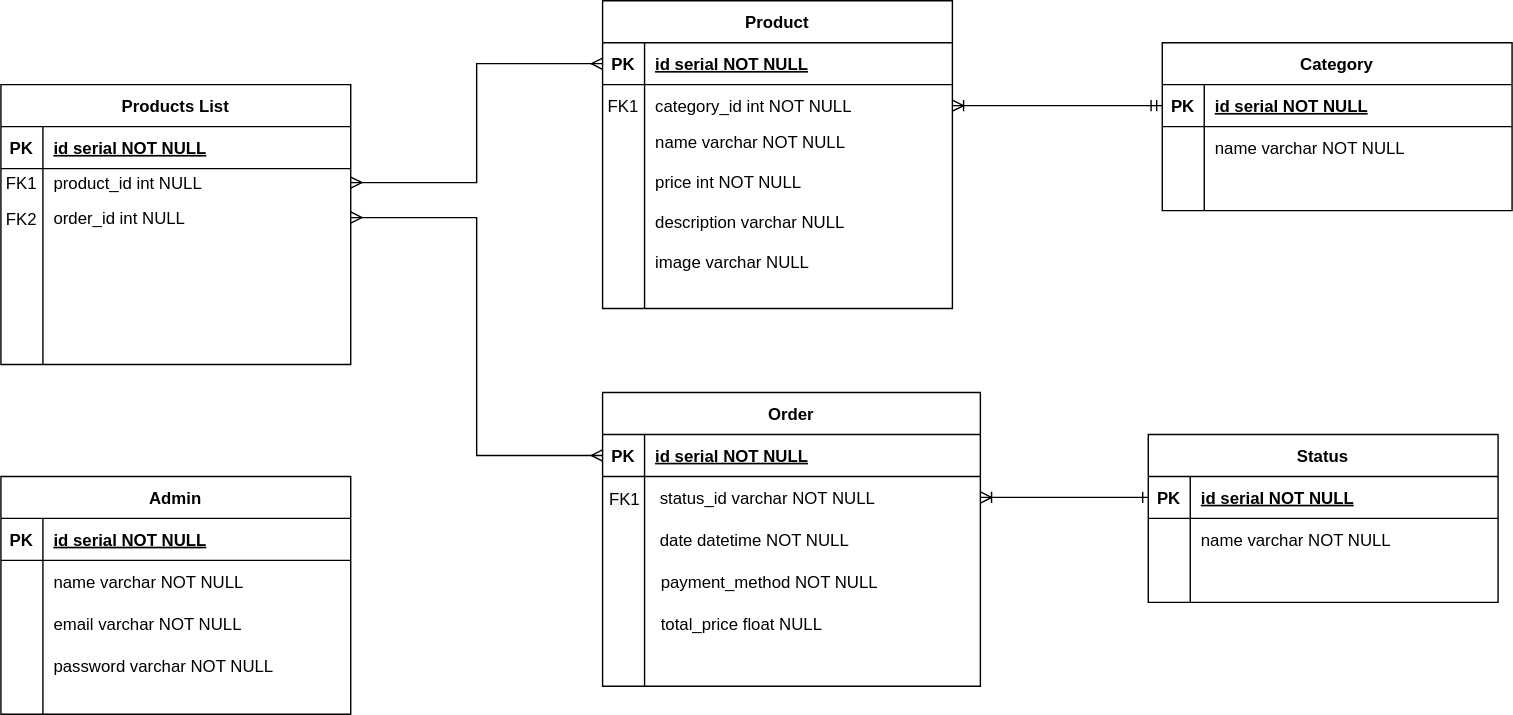
Earlier version of the draw.io export kitchin.svg (brunocamposal/kitchin-kanri). Source tidied: cells renumbered, new cells last; positions are measured from the earlier drawing's top-left corner, leaving out a move shared by most shapes.
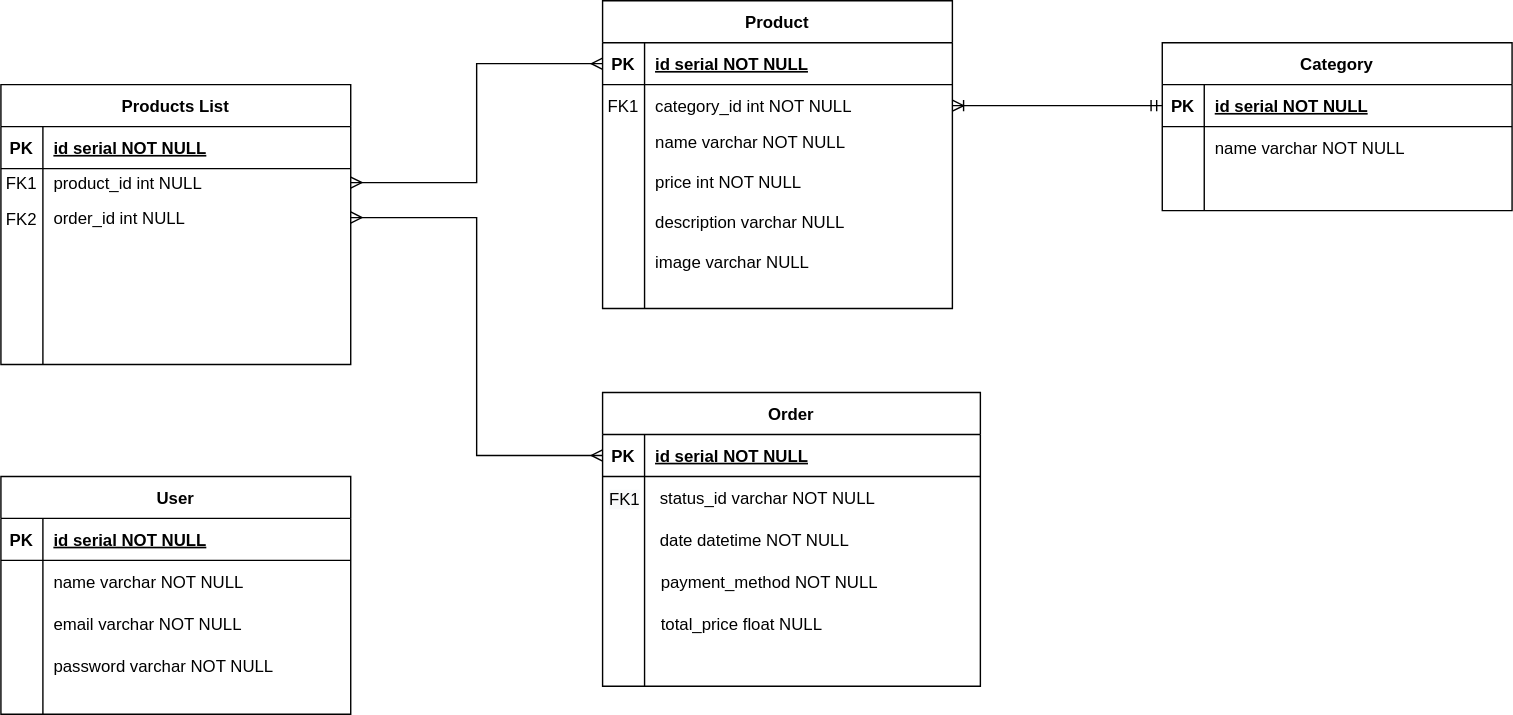
Above is the later version.

Diff of the diagram source:
```diff
@@ -134,42 +134,6 @@
     <mxCell id="45" value="name varchar NOT NULL" style="shape=partialRectangle;overflow=hidden;fillColor=none;top=0;left=0;bottom=0;right=0;align=left;spacingLeft=6;" parent="34" vertex="1">
       <mxGeometry x="30" y="60" width="220" height="30" as="geometry" />
     </mxCell>
-    <mxCell id="46" style="group;" parent="34" vertex="1">
-      <mxGeometry x="-10" y="280" width="250" height="120" as="geometry" />
-    </mxCell>
-    <mxCell id="47" value="Status" style="shape=table;startSize=30;rowLines=0;fontStyle=1;align=center;" parent="46" vertex="1">
-      <mxGeometry width="250" height="120" as="geometry" />
-    </mxCell>
-    <mxCell id="48" style="shape=partialRectangle;fillColor=none;points=[[0,0.5],[1,0.5]];portConstraint=eastwest;top=0;left=0;right=0;bottom=1;" parent="47" vertex="1">
-      <mxGeometry y="30" width="250" height="30" as="geometry" />
-    </mxCell>
-    <mxCell id="49" value="PK" style="shape=partialRectangle;overflow=hidden;fillColor=none;top=0;left=0;bottom=0;right=0;fontStyle=1;" parent="48" vertex="1">
-      <mxGeometry width="30" height="30" as="geometry" />
-    </mxCell>
-    <mxCell id="50" value="id serial NOT NULL" style="shape=partialRectangle;overflow=hidden;fillColor=none;top=0;left=0;bottom=0;right=0;align=left;spacingLeft=6;fontStyle=5;" parent="48" vertex="1">
-      <mxGeometry x="30" width="220" height="30" as="geometry" />
-    </mxCell>
-    <mxCell id="51" style="shape=partialRectangle;fillColor=none;top=0;left=0;right=0;bottom=0;" parent="47" vertex="1">
-      <mxGeometry y="60" width="250" height="30" as="geometry" />
-    </mxCell>
-    <mxCell id="52" style="shape=partialRectangle;overflow=hidden;fillColor=none;top=0;left=0;bottom=0;right=0;" parent="51" vertex="1">
-      <mxGeometry width="30" height="30" as="geometry" />
-    </mxCell>
-    <mxCell id="53" style="shape=partialRectangle;overflow=hidden;fillColor=none;top=0;left=0;bottom=0;right=0;align=left;spacingLeft=6;" parent="51" vertex="1">
-      <mxGeometry x="30" width="220" height="30" as="geometry" />
-    </mxCell>
-    <mxCell id="54" style="shape=partialRectangle;fillColor=none;top=0;left=0;right=0;bottom=0;" parent="47" vertex="1">
-      <mxGeometry y="90" width="250" height="30" as="geometry" />
-    </mxCell>
-    <mxCell id="55" style="shape=partialRectangle;overflow=hidden;fillColor=none;top=0;left=0;bottom=0;right=0;" parent="54" vertex="1">
-      <mxGeometry width="30" height="30" as="geometry" />
-    </mxCell>
-    <mxCell id="56" style="shape=partialRectangle;overflow=hidden;fillColor=none;top=0;left=0;bottom=0;right=0;align=left;spacingLeft=6;" parent="54" vertex="1">
-      <mxGeometry x="30" width="220" height="30" as="geometry" />
-    </mxCell>
-    <mxCell id="57" value="name varchar NOT NULL" style="shape=partialRectangle;overflow=hidden;fillColor=none;top=0;left=0;bottom=0;right=0;align=left;spacingLeft=6;" parent="46" vertex="1">
-      <mxGeometry x="30" y="60" width="220" height="30" as="geometry" />
-    </mxCell>
     <mxCell id="58" style="group;" parent="1" vertex="1">
       <mxGeometry y="60" width="250" height="180" as="geometry" />
     </mxCell>
@@ -218,7 +182,7 @@
     <mxCell id="73" style="edgeStyle=orthogonalEdgeStyle;rounded=0;jettySize=auto;html=1;exitX=1;exitY=0.5;exitDx=0;exitDy=0;entryX=0;entryY=0.5;entryDx=0;entryDy=0;startArrow=ERmany;startFill=0;endArrow=ERmany;endFill=0;" parent="1" edge="1" source="63" target="21">
       <mxGeometry relative="1" as="geometry" />
     </mxCell>
-    <mxCell id="74" value="Admin" style="shape=table;startSize=30;rowLines=0;fontStyle=1;align=center;" parent="1" vertex="1">
+    <mxCell id="74" value="User" style="shape=table;startSize=30;rowLines=0;fontStyle=1;align=center;" parent="1" vertex="1">
       <mxGeometry y="340" width="250" height="170" as="geometry" />
     </mxCell>
     <mxCell id="75" style="shape=partialRectangle;fillColor=none;top=0;left=0;right=0;bottom=1;" parent="74" vertex="1">
@@ -254,8 +218,5 @@
     <mxCell id="85" value="password varchar NOT NULL" style="shape=partialRectangle;overflow=hidden;fillColor=none;top=0;left=0;bottom=0;right=0;align=left;spacingLeft=6;" parent="1" vertex="1">
       <mxGeometry x="30" y="460" width="220" height="30" as="geometry" />
     </mxCell>
-    <mxCell id="86" style="edgeStyle=orthogonalEdgeStyle;rounded=0;jettySize=auto;html=1;exitX=1;exitY=0.5;exitDx=0;exitDy=0;endArrow=ERone;endFill=0;startArrow=ERoneToMany;startFill=0;" parent="1" edge="1" source="8" target="48">
-      <mxGeometry relative="1" as="geometry" />
-    </mxCell>
   </root>
 </mxGraphModel>
```
